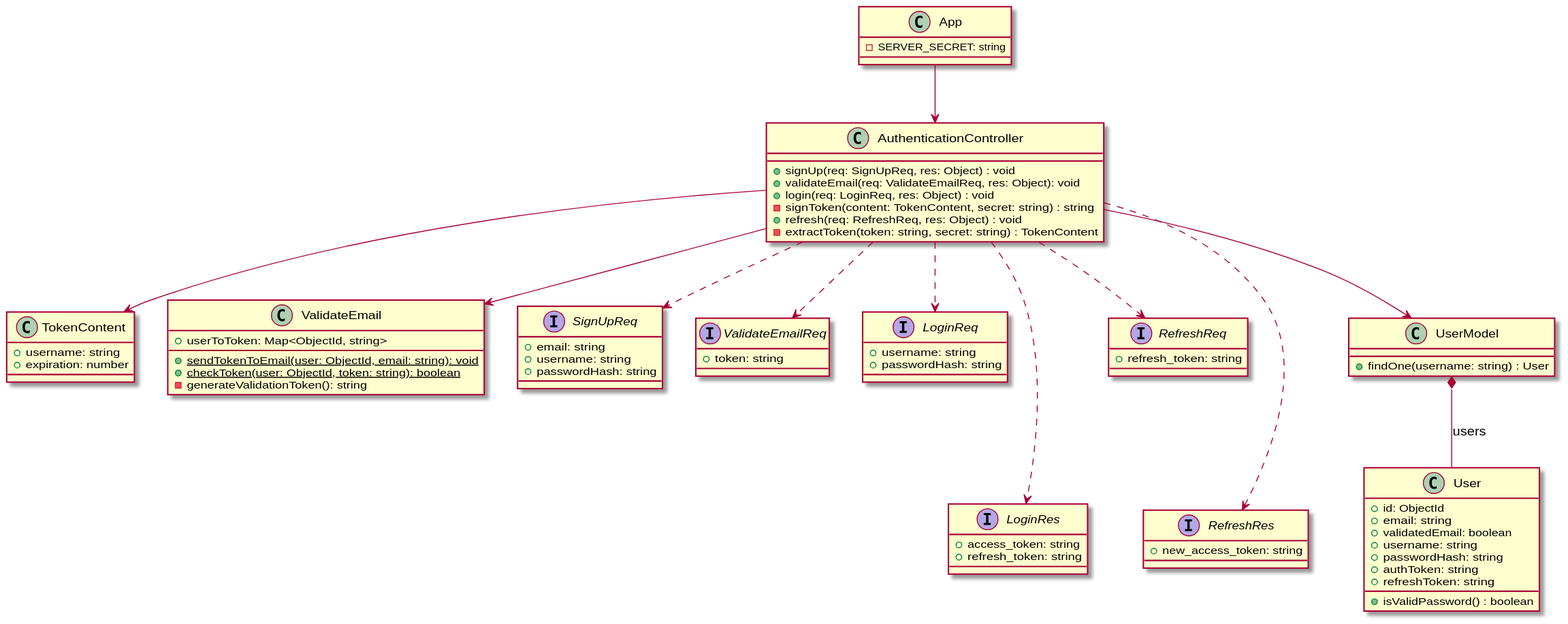
PSE-TECO-2020-TEAM1/e2e-ml_docs keeps this PlantUML diagram as out/Design/class-diagrams/auth_class_diagram/Authentication Class Diagram.svg. Above is the earlier version.
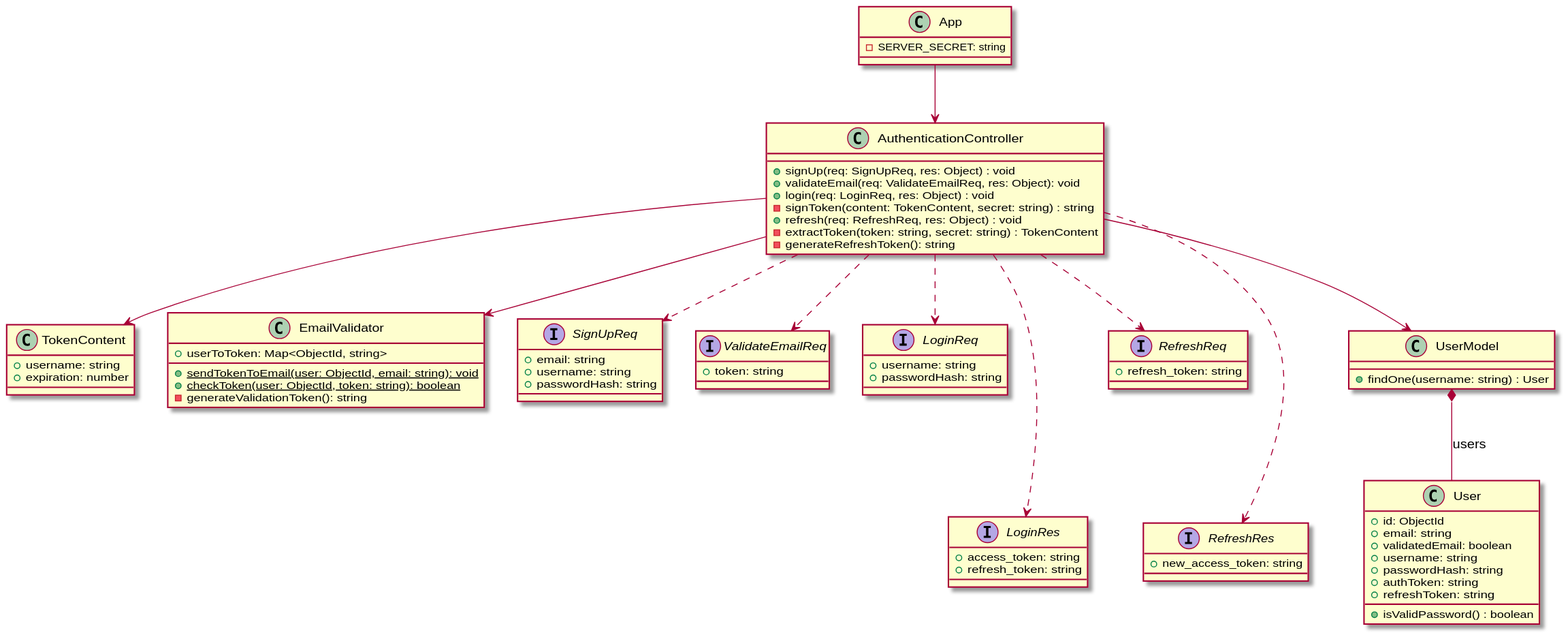
Above is the later version.

Diff of the diagram source:
```diff
@@ -16,10 +16,11 @@
     -signToken(content: TokenContent, secret: string) : string
     +refresh(req: RefreshReq, res: Object) : void
     -extractToken(token: string, secret: string) : TokenContent
+    -generateRefreshToken(): string
 }
 
 AuthenticationController --> TokenContent
-AuthenticationController --> ValidateEmail
+AuthenticationController --> EmailValidator
 
 interface SignUpReq {
     +email: string
@@ -75,7 +76,7 @@
     +isValidPassword() : boolean
 }
 
-class ValidateEmail {
+class EmailValidator {
     +userToToken: Map<ObjectId, string>
     +{static} sendTokenToEmail(user: ObjectId, email: string): void
     +{static} checkToken(user: ObjectId, token: string): boolean
```
